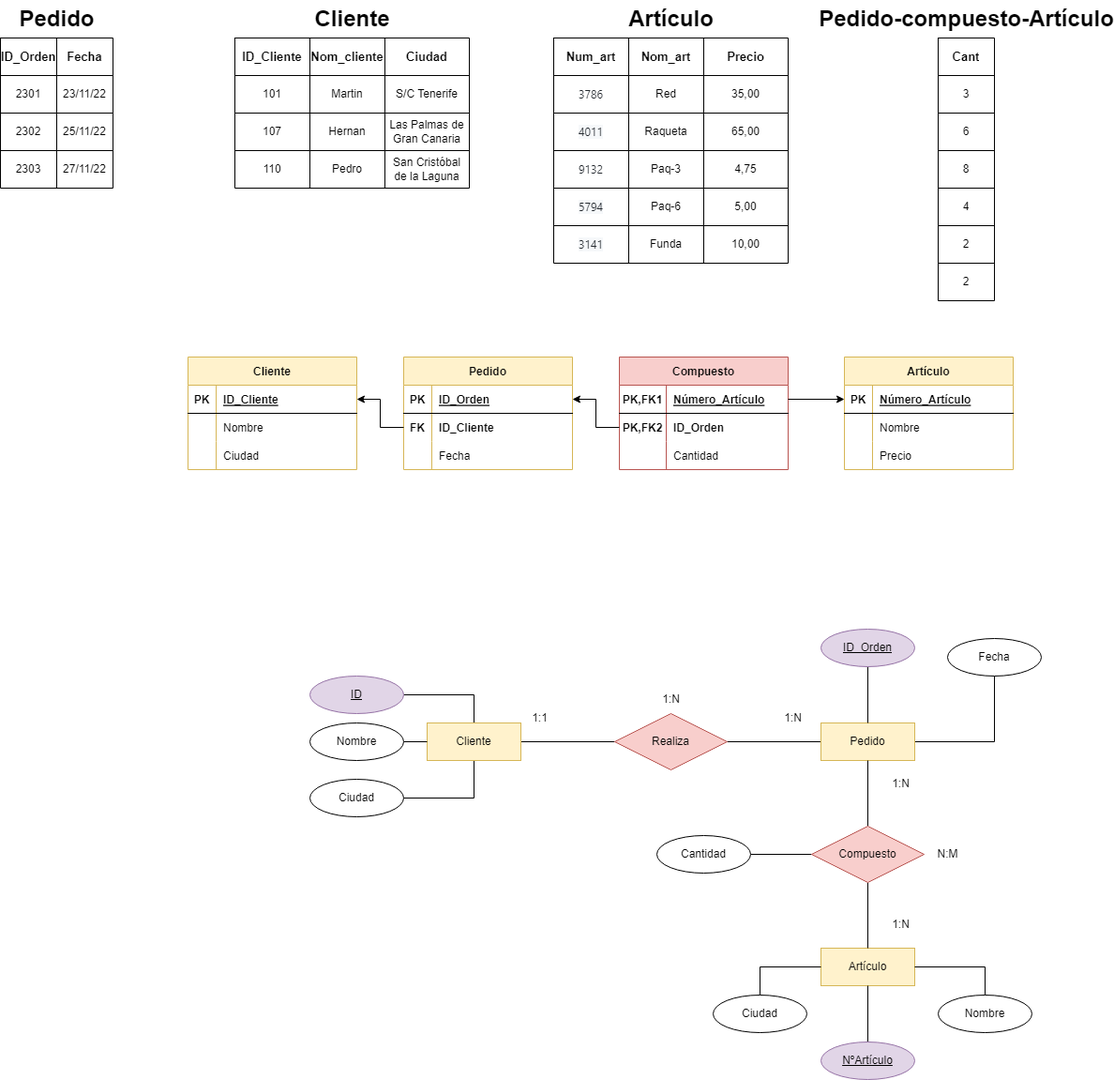
The draw.io diagram TAREAS/Tarea16/IMG/Normalización5.drawio.png in samugd17/base-datos-bae-, before a commit. Source tidied: cells renumbered, new cells last; positions are measured from the earlier drawing's top-left corner, leaving out a move shared by most shapes.
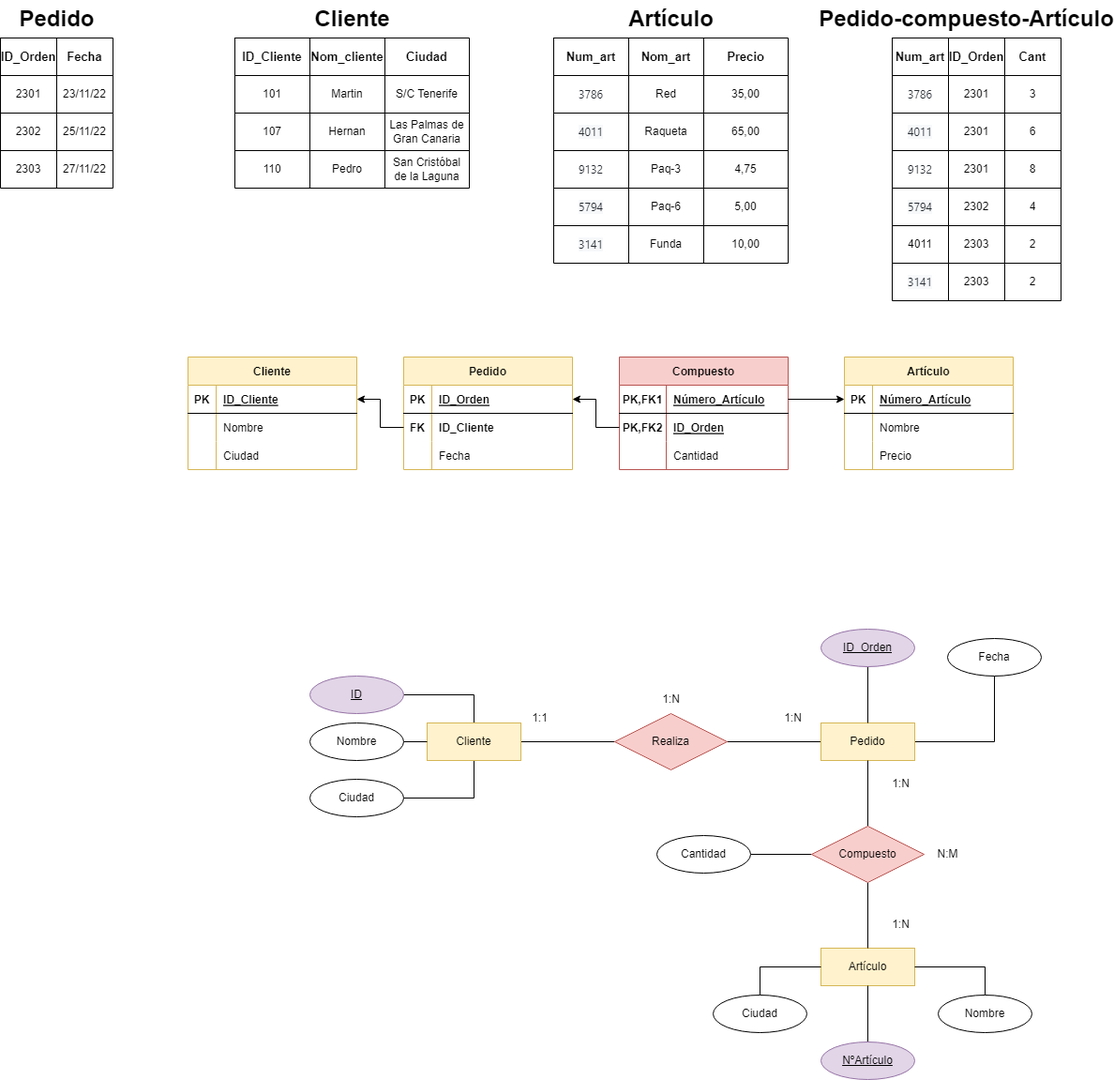
Later version of the same file.

Diff of the diagram source:
```diff
@@ -210,49 +210,91 @@
       <mxGeometry x="700" y="890" width="100" height="40" as="geometry" />
     </mxCell>
     <mxCell id="71" style="shape=table;html=1;whiteSpace=wrap;startSize=0;" parent="1" vertex="1">
-      <mxGeometry x="1000" y="40" width="60" height="280" as="geometry" />
+      <mxGeometry x="951" y="40" width="180" height="280" as="geometry" />
     </mxCell>
     <mxCell id="72" style="shape=tableRow;horizontal=0;startSize=0;swimlaneHead=0;swimlaneBody=0;top=0;left=0;bottom=0;right=0;fillColor=none;" parent="71" vertex="1">
-      <mxGeometry width="60" height="40" as="geometry" />
+      <mxGeometry width="180" height="40" as="geometry" />
     </mxCell>
+    <mxCell id="152" value="&lt;b&gt;&lt;font style=&quot;font-size: 13px;&quot;&gt;Num_art&lt;/font&gt;&lt;/b&gt;" style="shape=partialRectangle;html=1;whiteSpace=wrap;fillColor=none;top=0;left=0;bottom=0;right=0;overflow=hidden;" parent="72" vertex="1">
+      <mxGeometry width="60" height="40" as="geometry" />
+    </mxCell>
+    <mxCell id="153" value="&lt;b&gt;&lt;font style=&quot;font-size: 13px;&quot;&gt;ID_Orden&lt;/font&gt;&lt;/b&gt;" style="shape=partialRectangle;html=1;whiteSpace=wrap;fillColor=none;top=0;left=0;bottom=0;right=0;overflow=hidden;" parent="72" vertex="1">
+      <mxGeometry x="60" width="60" height="40" as="geometry" />
+    </mxCell>
     <mxCell id="73" value="&lt;b&gt;&lt;font style=&quot;font-size: 13px;&quot;&gt;Cant&lt;/font&gt;&lt;/b&gt;" style="shape=partialRectangle;html=1;whiteSpace=wrap;fillColor=none;top=0;left=0;bottom=0;right=0;overflow=hidden;" parent="72" vertex="1">
-      <mxGeometry width="60" height="40" as="geometry" />
+      <mxGeometry x="120" width="60" height="40" as="geometry" />
     </mxCell>
     <mxCell id="74" style="shape=tableRow;horizontal=0;startSize=0;swimlaneHead=0;swimlaneBody=0;top=0;left=0;bottom=0;right=0;fillColor=none;" parent="71" vertex="1">
-      <mxGeometry y="40" width="60" height="40" as="geometry" />
+      <mxGeometry y="40" width="180" height="40" as="geometry" />
     </mxCell>
+    <mxCell id="154" value="&lt;span style=&quot;color: rgb(36, 41, 47); font-family: -apple-system, BlinkMacSystemFont, &amp;quot;Segoe UI&amp;quot;, &amp;quot;Noto Sans&amp;quot;, Helvetica, Arial, sans-serif, &amp;quot;Apple Color Emoji&amp;quot;, &amp;quot;Segoe UI Emoji&amp;quot;; text-align: justify; background-color: rgb(255, 255, 255);&quot;&gt;3786&lt;/span&gt;" style="shape=partialRectangle;html=1;whiteSpace=wrap;fillColor=none;top=0;left=0;bottom=0;right=0;overflow=hidden;" parent="74" vertex="1">
+      <mxGeometry width="60" height="40" as="geometry" />
+    </mxCell>
+    <mxCell id="155" value="2301" style="shape=partialRectangle;html=1;whiteSpace=wrap;fillColor=none;top=0;left=0;bottom=0;right=0;overflow=hidden;" parent="74" vertex="1">
+      <mxGeometry x="60" width="60" height="40" as="geometry" />
+    </mxCell>
     <mxCell id="75" value="3" style="shape=partialRectangle;html=1;whiteSpace=wrap;fillColor=none;top=0;left=0;bottom=0;right=0;overflow=hidden;" parent="74" vertex="1">
-      <mxGeometry width="60" height="40" as="geometry" />
+      <mxGeometry x="120" width="60" height="40" as="geometry" />
     </mxCell>
     <mxCell id="76" style="shape=tableRow;horizontal=0;startSize=0;swimlaneHead=0;swimlaneBody=0;top=0;left=0;bottom=0;right=0;fillColor=none;" parent="71" vertex="1">
-      <mxGeometry y="80" width="60" height="40" as="geometry" />
+      <mxGeometry y="80" width="180" height="40" as="geometry" />
     </mxCell>
+    <mxCell id="156" value="&lt;span style=&quot;color: rgb(36, 41, 47); font-family: -apple-system, BlinkMacSystemFont, &amp;quot;Segoe UI&amp;quot;, &amp;quot;Noto Sans&amp;quot;, Helvetica, Arial, sans-serif, &amp;quot;Apple Color Emoji&amp;quot;, &amp;quot;Segoe UI Emoji&amp;quot;; text-align: justify; background-color: rgb(246, 248, 250);&quot;&gt;4011&lt;/span&gt;" style="shape=partialRectangle;html=1;whiteSpace=wrap;fillColor=none;top=0;left=0;bottom=0;right=0;overflow=hidden;" parent="76" vertex="1">
+      <mxGeometry width="60" height="40" as="geometry" />
+    </mxCell>
+    <mxCell id="157" value="2301" style="shape=partialRectangle;html=1;whiteSpace=wrap;fillColor=none;top=0;left=0;bottom=0;right=0;overflow=hidden;" parent="76" vertex="1">
+      <mxGeometry x="60" width="60" height="40" as="geometry" />
+    </mxCell>
     <mxCell id="77" value="6" style="shape=partialRectangle;html=1;whiteSpace=wrap;fillColor=none;top=0;left=0;bottom=0;right=0;overflow=hidden;" parent="76" vertex="1">
-      <mxGeometry width="60" height="40" as="geometry" />
+      <mxGeometry x="120" width="60" height="40" as="geometry" />
     </mxCell>
     <mxCell id="78" style="shape=tableRow;horizontal=0;startSize=0;swimlaneHead=0;swimlaneBody=0;top=0;left=0;bottom=0;right=0;fillColor=none;" parent="71" vertex="1">
-      <mxGeometry y="120" width="60" height="40" as="geometry" />
+      <mxGeometry y="120" width="180" height="40" as="geometry" />
     </mxCell>
+    <mxCell id="158" value="&lt;span style=&quot;color: rgb(36, 41, 47); font-family: -apple-system, BlinkMacSystemFont, &amp;quot;Segoe UI&amp;quot;, &amp;quot;Noto Sans&amp;quot;, Helvetica, Arial, sans-serif, &amp;quot;Apple Color Emoji&amp;quot;, &amp;quot;Segoe UI Emoji&amp;quot;; text-align: justify; background-color: rgb(255, 255, 255);&quot;&gt;9132&lt;/span&gt;" style="shape=partialRectangle;html=1;whiteSpace=wrap;fillColor=none;top=0;left=0;bottom=0;right=0;overflow=hidden;" parent="78" vertex="1">
+      <mxGeometry width="60" height="40" as="geometry" />
+    </mxCell>
+    <mxCell id="159" value="2301" style="shape=partialRectangle;html=1;whiteSpace=wrap;fillColor=none;top=0;left=0;bottom=0;right=0;overflow=hidden;" parent="78" vertex="1">
+      <mxGeometry x="60" width="60" height="40" as="geometry" />
+    </mxCell>
     <mxCell id="79" value="8" style="shape=partialRectangle;html=1;whiteSpace=wrap;fillColor=none;top=0;left=0;bottom=0;right=0;overflow=hidden;" parent="78" vertex="1">
-      <mxGeometry width="60" height="40" as="geometry" />
+      <mxGeometry x="120" width="60" height="40" as="geometry" />
     </mxCell>
     <mxCell id="80" style="shape=tableRow;horizontal=0;startSize=0;swimlaneHead=0;swimlaneBody=0;top=0;left=0;bottom=0;right=0;fillColor=none;" parent="71" vertex="1">
-      <mxGeometry y="160" width="60" height="40" as="geometry" />
+      <mxGeometry y="160" width="180" height="40" as="geometry" />
     </mxCell>
+    <mxCell id="160" value="&lt;span style=&quot;color: rgb(36, 41, 47); font-family: -apple-system, BlinkMacSystemFont, &amp;quot;Segoe UI&amp;quot;, &amp;quot;Noto Sans&amp;quot;, Helvetica, Arial, sans-serif, &amp;quot;Apple Color Emoji&amp;quot;, &amp;quot;Segoe UI Emoji&amp;quot;; text-align: justify; background-color: rgb(246, 248, 250);&quot;&gt;5794&lt;/span&gt;" style="shape=partialRectangle;html=1;whiteSpace=wrap;fillColor=none;top=0;left=0;bottom=0;right=0;overflow=hidden;" parent="80" vertex="1">
+      <mxGeometry width="60" height="40" as="geometry" />
+    </mxCell>
+    <mxCell id="161" value="2302" style="shape=partialRectangle;html=1;whiteSpace=wrap;fillColor=none;top=0;left=0;bottom=0;right=0;overflow=hidden;" parent="80" vertex="1">
+      <mxGeometry x="60" width="60" height="40" as="geometry" />
+    </mxCell>
     <mxCell id="81" value="4" style="shape=partialRectangle;html=1;whiteSpace=wrap;fillColor=none;top=0;left=0;bottom=0;right=0;overflow=hidden;" parent="80" vertex="1">
-      <mxGeometry width="60" height="40" as="geometry" />
+      <mxGeometry x="120" width="60" height="40" as="geometry" />
     </mxCell>
     <mxCell id="82" style="shape=tableRow;horizontal=0;startSize=0;swimlaneHead=0;swimlaneBody=0;top=0;left=0;bottom=0;right=0;fillColor=none;" parent="71" vertex="1">
-      <mxGeometry y="200" width="60" height="40" as="geometry" />
+      <mxGeometry y="200" width="180" height="40" as="geometry" />
     </mxCell>
+    <mxCell id="162" value="4011" style="shape=partialRectangle;html=1;whiteSpace=wrap;fillColor=none;top=0;left=0;bottom=0;right=0;overflow=hidden;" parent="82" vertex="1">
+      <mxGeometry width="60" height="40" as="geometry" />
+    </mxCell>
+    <mxCell id="163" value="2303" style="shape=partialRectangle;html=1;whiteSpace=wrap;fillColor=none;top=0;left=0;bottom=0;right=0;overflow=hidden;" parent="82" vertex="1">
+      <mxGeometry x="60" width="60" height="40" as="geometry" />
+    </mxCell>
     <mxCell id="83" value="2" style="shape=partialRectangle;html=1;whiteSpace=wrap;fillColor=none;top=0;left=0;bottom=0;right=0;overflow=hidden;" parent="82" vertex="1">
-      <mxGeometry width="60" height="40" as="geometry" />
+      <mxGeometry x="120" width="60" height="40" as="geometry" />
     </mxCell>
     <mxCell id="84" style="shape=tableRow;horizontal=0;startSize=0;swimlaneHead=0;swimlaneBody=0;top=0;left=0;bottom=0;right=0;fillColor=none;" parent="71" vertex="1">
-      <mxGeometry y="240" width="60" height="40" as="geometry" />
+      <mxGeometry y="240" width="180" height="40" as="geometry" />
     </mxCell>
+    <mxCell id="164" value="&lt;span style=&quot;color: rgb(36, 41, 47); font-family: -apple-system, BlinkMacSystemFont, &amp;quot;Segoe UI&amp;quot;, &amp;quot;Noto Sans&amp;quot;, Helvetica, Arial, sans-serif, &amp;quot;Apple Color Emoji&amp;quot;, &amp;quot;Segoe UI Emoji&amp;quot;; text-align: justify; background-color: rgb(246, 248, 250);&quot;&gt;3141&lt;/span&gt;" style="shape=partialRectangle;html=1;whiteSpace=wrap;fillColor=none;top=0;left=0;bottom=0;right=0;overflow=hidden;" parent="84" vertex="1">
+      <mxGeometry width="60" height="40" as="geometry" />
+    </mxCell>
+    <mxCell id="165" value="2303" style="shape=partialRectangle;html=1;whiteSpace=wrap;fillColor=none;top=0;left=0;bottom=0;right=0;overflow=hidden;" parent="84" vertex="1">
+      <mxGeometry x="60" width="60" height="40" as="geometry" />
+    </mxCell>
     <mxCell id="85" value="2" style="shape=partialRectangle;html=1;whiteSpace=wrap;fillColor=none;top=0;left=0;bottom=0;right=0;overflow=hidden;" parent="84" vertex="1">
-      <mxGeometry width="60" height="40" as="geometry" />
+      <mxGeometry x="120" width="60" height="40" as="geometry" />
     </mxCell>
     <mxCell id="86" style="edgeStyle=orthogonalEdgeStyle;rounded=0;jettySize=auto;html=1;entryX=0;entryY=0.5;entryDx=0;entryDy=0;fontSize=12;endArrow=none;endFill=0;" parent="1" edge="1" source="87" target="63">
       <mxGeometry relative="1" as="geometry" />
@@ -422,7 +464,7 @@
     <mxCell id="141" value="PK,FK2" style="shape=partialRectangle;fillColor=none;top=0;left=0;bottom=0;right=0;overflow=hidden;fontSize=12;fontStyle=1;" parent="140" vertex="1">
       <mxGeometry width="50" height="30" as="geometry" />
     </mxCell>
-    <mxCell id="142" value="ID_Orden" style="shape=partialRectangle;fillColor=none;top=0;left=0;bottom=0;right=0;align=left;spacingLeft=6;overflow=hidden;fontSize=12;fontStyle=1;" parent="140" vertex="1">
+    <mxCell id="142" value="ID_Orden" style="shape=partialRectangle;fillColor=none;top=0;left=0;bottom=0;right=0;align=left;spacingLeft=6;overflow=hidden;fontSize=12;fontStyle=5;" parent="140" vertex="1">
       <mxGeometry x="50" width="130" height="30" as="geometry" />
     </mxCell>
     <mxCell id="143" style="shape=tableRow;horizontal=0;startSize=0;swimlaneHead=0;swimlaneBody=0;fillColor=none;top=0;left=0;right=0;bottom=0;fontSize=12;" parent="136" vertex="1">
```
